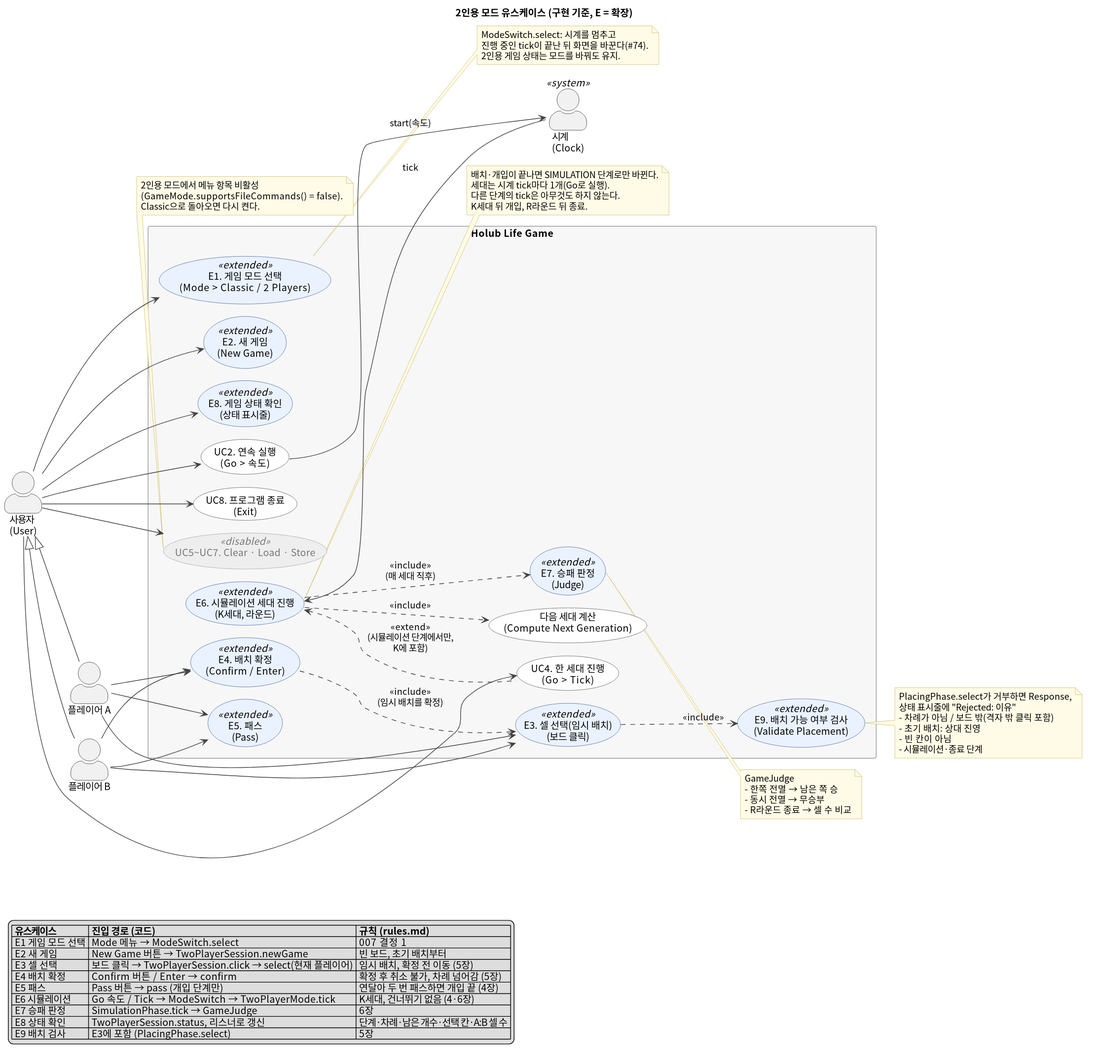
This is Codes/GameOfLife/src/com/holub/life/twoplayer/docs/diagrams/twoplayer-usecase.svg from DesignPattern8/DPTermProject, a PlantUML export, as it was before one commit. The source it was exported from:
```plantuml
@startuml

skinparam defaultFontName "Noto Sans CJK KR"
skinparam shadowing false
skinparam packageStyle rectangle
skinparam actorStyle awesome
skinparam usecase {
  BackgroundColor #FFFFFF
  BorderColor #444444
  ArrowColor #444444
}
skinparam usecase<<extended>> {
  BackgroundColor #EAF2FF
  BorderColor #2F5597
}
skinparam usecase<<disabled>> {
  BackgroundColor #EEEEEE
  BorderColor #999999
  FontColor #777777
}
skinparam rectangle {
  BackgroundColor #F7F7F7
  BorderColor #999999
}
skinparam note {
  BackgroundColor #FFFBE6
  BorderColor #C9B458
}
left to right direction

title 2인용 모드 유스케이스 (구현 기준, E = 확장)

actor "사용자\n(User)" as User
actor "플레이어 A" as PA
actor "플레이어 B" as PB
actor "시계\n(Clock)" as Clock <<system>>

PA -up-|> User
PB -up-|> User

rectangle "Holub Life Game" {

  usecase "E1. 게임 모드 선택\n(Mode > Classic / 2 Players)" as E1 <<extended>>
  usecase "E2. 새 게임\n(New Game)" as E2 <<extended>>
  usecase "E3. 셀 선택(임시 배치)\n(보드 클릭)" as E3 <<extended>>
  usecase "E4. 배치 확정\n(Confirm / Enter)" as E4 <<extended>>
  usecase "E5. 패스\n(Pass)" as E5 <<extended>>
  usecase "E6. 시뮬레이션 세대 진행\n(K세대, 라운드)" as E6 <<extended>>
  usecase "E7. 승패 판정\n(Judge)" as E7 <<extended>>
  usecase "E8. 게임 상태 확인\n(상태 표시줄)" as E8 <<extended>>
  usecase "E9. 배치 가능 여부 검사\n(Validate Placement)" as E9 <<extended>>

  usecase "UC2. 연속 실행\n(Go > 속도)" as UC2
  usecase "UC4. 한 세대 진행\n(Go > Tick)" as UC4
  usecase "UC8. 프로그램 종료\n(Exit)" as UC8
  usecase "UC5~UC7. Clear · Load · Store" as UCF <<disabled>>
  usecase "다음 세대 계산\n(Compute Next Generation)" as CNG
}

User --> E1
User --> E2
User --> E8
User --> UC2
User --> UC4
User --> UC8
User --> UCF
PA --> E3
PB --> E3
PA --> E4
PB --> E4
PA --> E5
PB --> E5

E3 ..> E9 : <<include>>
E4 ..> E3 : <<include>>\n(임시 배치를 확정)
UC2 --> Clock : start(속도)
Clock --> E6 : tick
E6 <.. UC4 : <<extend>>\n(시뮬레이션 단계에서만,\nK에 포함)
E6 ..> CNG : <<include>>
E6 ..> E7 : <<include>>\n(매 세대 직후)

note right of E1
  ModeSwitch.select: 시계를 멈추고
  진행 중인 tick이 끝난 뒤 화면을 바꾼다(#74).
  2인용 게임 상태는 모드를 바꿔도 유지.
end note

note right of E9
  PlacingPhase.select가 거부하면 Response,
  상태 표시줄에 "Rejected: 이유"
  - 차례가 아님 / 보드 밖(격자 밖 클릭 포함)
  - 초기 배치: 상대 진영
  - 빈 칸이 아님
  - 시뮬레이션·종료 단계
end note

note right of E6
  배치·개입이 끝나면 SIMULATION 단계로만 바뀐다.
  세대는 시계 tick마다 1개(Go로 실행).
  다른 단계의 tick은 아무것도 하지 않는다.
  K세대 뒤 개입, R라운드 뒤 종료.
end note

note right of E7
  GameJudge
  - 한쪽 전멸 → 남은 쪽 승
  - 동시 전멸 → 무승부
  - R라운드 종료 → 셀 수 비교
end note

note bottom of UCF
  2인용 모드에서 메뉴 항목 비활성
  (GameMode.supportsFileCommands() = false).
  Classic으로 돌아오면 다시 켠다.
end note

legend bottom left
  |= 유스케이스 |= 진입 경로 (코드) |= 규칙 (rules.md) |
  | E1 게임 모드 선택 | Mode 메뉴 → ModeSwitch.select | 007 결정 1 |
  | E2 새 게임 | New Game 버튼 → TwoPlayerSession.newGame | 빈 보드, 초기 배치부터 |
  | E3 셀 선택 | 보드 클릭 → TwoPlayerSession.click → select(현재 플레이어) | 임시 배치, 확정 전 이동 (5장) |
  | E4 배치 확정 | Confirm 버튼 / Enter → confirm | 확정 후 취소 불가, 차례 넘어감 (5장) |
  | E5 패스 | Pass 버튼 → pass (개입 단계만) | 연달아 두 번 패스하면 개입 끝 (4장) |
  | E6 시뮬레이션 | Go 속도 / Tick → ModeSwitch → TwoPlayerMode.tick | K세대, 건너뛰기 없음 (4·6장) |
  | E7 승패 판정 | SimulationPhase.tick → GameJudge | 6장 |
  | E8 상태 확인 | TwoPlayerSession.status, 리스너로 갱신 | 단계·차례·남은 개수·선택 칸·A:B 셀 수 |
  | E9 배치 검사 | E3에 포함 (PlacingPhase.select) | 5장 |
endlegend
@enduml
```
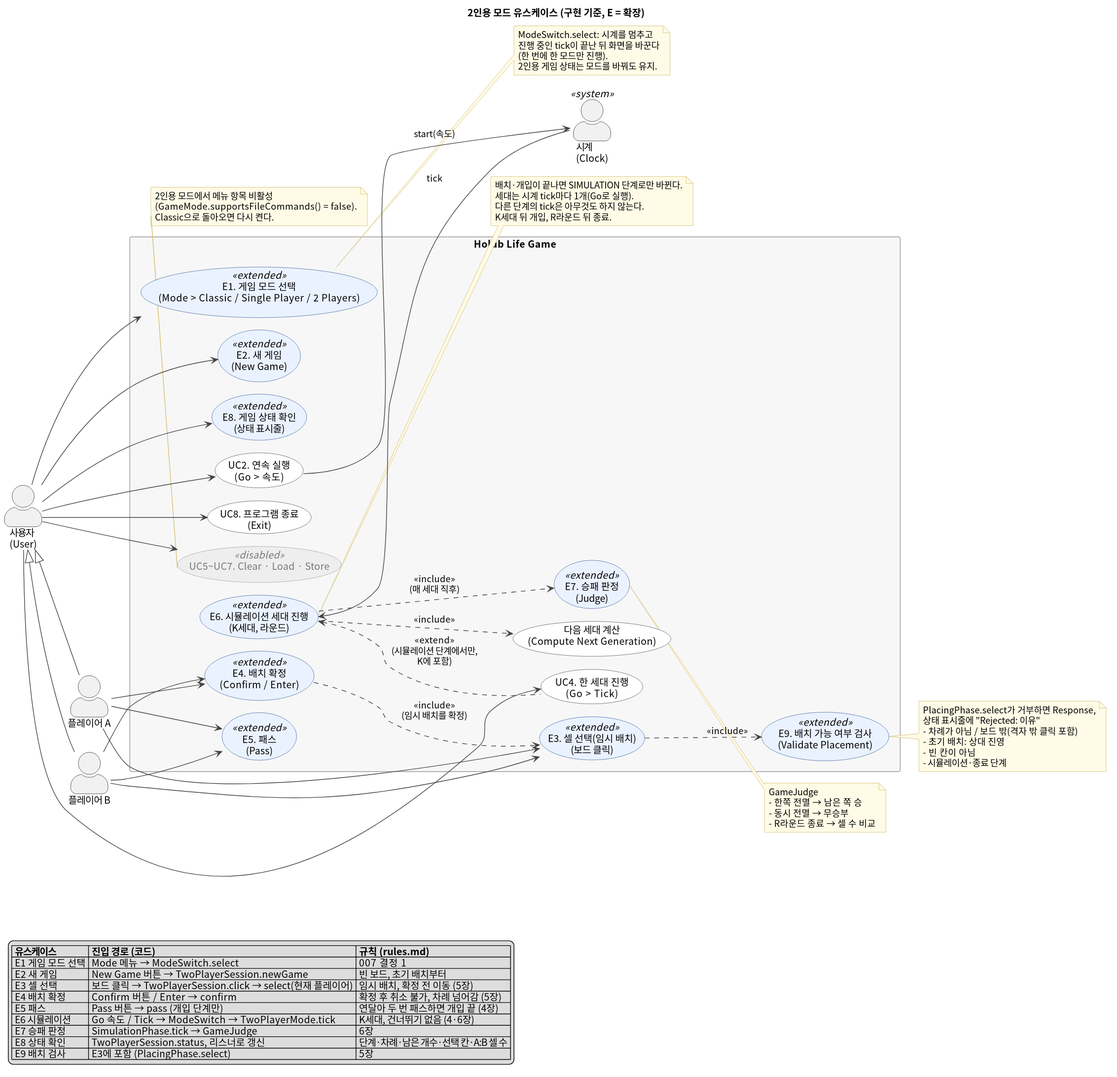
After the change.

What changed in the source:
```diff
@@ -40,7 +40,7 @@
 
 rectangle "Holub Life Game" {
 
-  usecase "E1. 게임 모드 선택\n(Mode > Classic / 2 Players)" as E1 <<extended>>
+  usecase "E1. 게임 모드 선택\n(Mode > Classic / Single Player / 2 Players)" as E1 <<extended>>
   usecase "E2. 새 게임\n(New Game)" as E2 <<extended>>
   usecase "E3. 셀 선택(임시 배치)\n(보드 클릭)" as E3 <<extended>>
   usecase "E4. 배치 확정\n(Confirm / Enter)" as E4 <<extended>>
@@ -81,7 +81,8 @@
 
 note right of E1
   ModeSwitch.select: 시계를 멈추고
-  진행 중인 tick이 끝난 뒤 화면을 바꾼다(#74).
+  진행 중인 tick이 끝난 뒤 화면을 바꾼다
+  (한 번에 한 모드만 진행).
   2인용 게임 상태는 모드를 바꿔도 유지.
 end note
 
```
